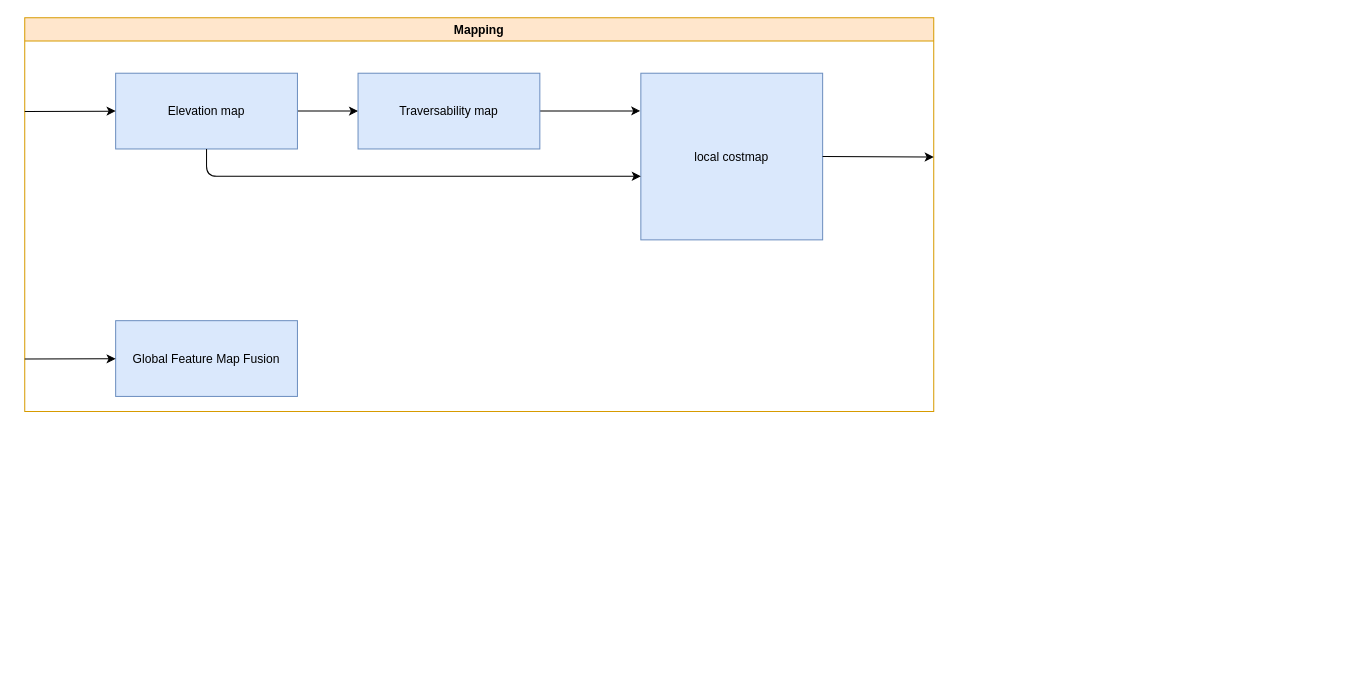
Earlier version of the draw.io diagram page "Mapping" (3 of 3) of TestNav.drawio (ipa-dmo/ipa_outdoor_docu). Source tidied: cells renumbered, new cells numbered last; positions are measured from the earlier drawing's top-left corner, leaving out a move shared by most shapes. Both pictures are drawn from the tidied source at 101%, with x=0, y=0 at pixel (24, 17).
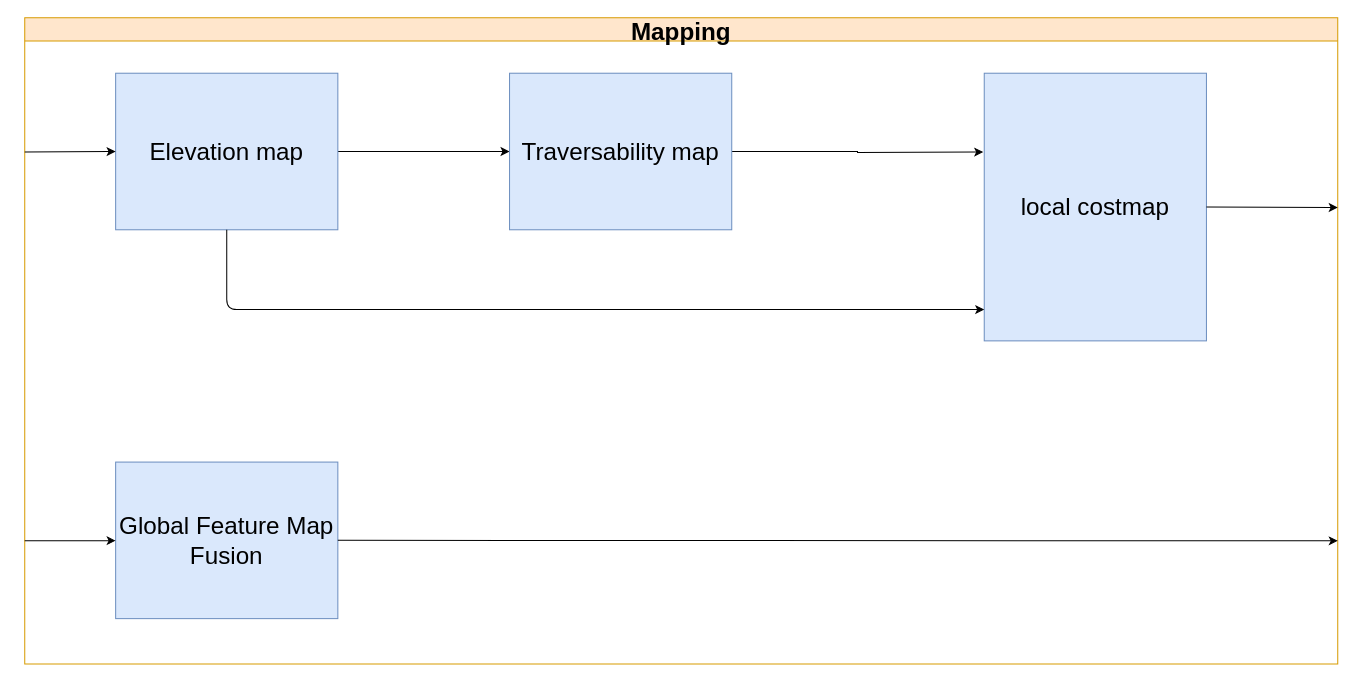
The same diagram, later.

The edit, as a diff of the source:
```diff
@@
 <mxGraphModel>
   <root>
     <mxCell id="0" />
     <mxCell id="1" parent="0" />
-    <mxCell id="2" value="Mapping" style="swimlane;fillColor=#ffe6cc;strokeColor=#d79b00;" parent="1" vertex="1">
-      <mxGeometry width="900" height="390" as="geometry" />
+    <mxCell id="2" value="Mapping" style="swimlane;fillColor=#ffe6cc;strokeColor=#d79b00;fontSize=24;" parent="1" vertex="1">
+      <mxGeometry width="1300" height="640" as="geometry" />
     </mxCell>
     <mxCell id="3" style="edgeStyle=orthogonalEdgeStyle;rounded=0;jettySize=auto;html=0;verticalAlign=top;" parent="2" edge="1" source="4" target="6">
       <mxGeometry relative="1" as="geometry" />
     </mxCell>
-    <mxCell id="4" value="Elevation map" style="whiteSpace=wrap;html=1;fillColor=#dae8fc;strokeColor=#6c8ebf;" parent="2" vertex="1">
-      <mxGeometry x="90" y="55" width="180" height="75" as="geometry" />
+    <mxCell id="4" value="&lt;font style=&quot;font-size: 24px&quot;&gt;Elevation map&lt;/font&gt;" style="whiteSpace=wrap;html=1;fillColor=#dae8fc;strokeColor=#6c8ebf;" parent="2" vertex="1">
+      <mxGeometry x="90" y="55" width="220" height="155" as="geometry" />
     </mxCell>
-    <mxCell id="5" style="edgeStyle=orthogonalEdgeStyle;rounded=0;jettySize=auto;html=0;entryX=-0.003;entryY=0.226;entryDx=0;entryDy=0;verticalAlign=top;entryPerimeter=0;" parent="2" edge="1" source="6" target="8">
-      <mxGeometry relative="1" as="geometry" />
+    <mxCell id="5" style="edgeStyle=orthogonalEdgeStyle;rounded=0;jettySize=auto;html=0;verticalAlign=top;" parent="2" edge="1" source="6">
+      <mxGeometry relative="1" as="geometry">
+        <mxPoint x="949" y="133" as="targetPoint" />
+      </mxGeometry>
     </mxCell>
-    <mxCell id="6" value="Traversability map" style="whiteSpace=wrap;html=1;fillColor=#dae8fc;strokeColor=#6c8ebf;" parent="2" vertex="1">
-      <mxGeometry x="330" y="55" width="180" height="75" as="geometry" />
+    <mxCell id="6" value="&lt;font style=&quot;font-size: 24px&quot;&gt;Traversability map&lt;/font&gt;" style="whiteSpace=wrap;html=1;fillColor=#dae8fc;strokeColor=#6c8ebf;" parent="2" vertex="1">
+      <mxGeometry x="480" y="55" width="220" height="155" as="geometry" />
     </mxCell>
     <mxCell id="7" style="endArrow=classic;html=1;entryX=0;entryY=0.5;entryDx=0;entryDy=0;" parent="2" edge="1" target="4">
       <mxGeometry relative="1" as="geometry">
-        <mxPoint y="93" as="sourcePoint" />
+        <mxPoint y="133" as="sourcePoint" />
       </mxGeometry>
     </mxCell>
-    <mxCell id="8" value="local costmap" style="whiteSpace=wrap;html=1;fillColor=#dae8fc;strokeColor=#6c8ebf;" parent="2" vertex="1">
-      <mxGeometry x="610" y="55" width="180" height="165" as="geometry" />
+    <mxCell id="8" value="&lt;font style=&quot;font-size: 24px&quot;&gt;local costmap&lt;/font&gt;" style="whiteSpace=wrap;html=1;fillColor=#dae8fc;strokeColor=#6c8ebf;" parent="2" vertex="1">
+      <mxGeometry x="950" y="55" width="220" height="265" as="geometry" />
     </mxCell>
-    <mxCell id="9" style="endArrow=classic;html=1;verticalAlign=top;exitX=0.5;exitY=1;exitDx=0;exitDy=0;entryX=0;entryY=0.618;entryDx=0;entryDy=0;entryPerimeter=0;edgeStyle=orthogonalEdgeStyle;" parent="2" edge="1" source="4" target="8">
+    <mxCell id="9" style="endArrow=classic;html=1;verticalAlign=top;exitX=0.5;exitY=1;exitDx=0;exitDy=0;entryX=0;entryY=0.883;entryDx=0;entryDy=0;entryPerimeter=0;edgeStyle=orthogonalEdgeStyle;" parent="2" edge="1" source="4" target="8">
       <mxGeometry relative="1" as="geometry" />
     </mxCell>
-    <mxCell id="10" value="Global Feature Map Fusion" style="whiteSpace=wrap;html=1;fillColor=#dae8fc;strokeColor=#6c8ebf;" parent="2" vertex="1">
-      <mxGeometry x="90" y="300" width="180" height="75" as="geometry" />
+    <mxCell id="10" value="&lt;font style=&quot;font-size: 24px&quot;&gt;Global Feature Map Fusion&lt;/font&gt;" style="whiteSpace=wrap;html=1;fillColor=#dae8fc;strokeColor=#6c8ebf;" parent="2" vertex="1">
+      <mxGeometry x="90" y="440" width="220" height="155" as="geometry" />
     </mxCell>
     <mxCell id="11" style="endArrow=classic;html=1;verticalAlign=top;exitX=1;exitY=0.5;exitDx=0;exitDy=0;" parent="2" edge="1" source="8">
       <mxGeometry relative="1" as="geometry">
-        <mxPoint x="900" y="138" as="targetPoint" />
+        <mxPoint x="1300" y="188" as="targetPoint" />
       </mxGeometry>
     </mxCell>
     <mxCell id="12" style="endArrow=classic;html=1;verticalAlign=top;" parent="2" edge="1" target="10">
       <mxGeometry relative="1" as="geometry">
-        <mxPoint y="338" as="sourcePoint" />
+        <mxPoint y="518" as="sourcePoint" />
       </mxGeometry>
     </mxCell>
+    <mxCell id="13" style="endArrow=classic;html=1;verticalAlign=top;exitX=1;exitY=0.5;exitDx=0;exitDy=0;" parent="1" edge="1" source="10">
+      <mxGeometry relative="1" as="geometry">
+        <mxPoint x="1300" y="518" as="targetPoint" />
+      </mxGeometry>
+    </mxCell>
   </root>
 </mxGraphModel>
```
